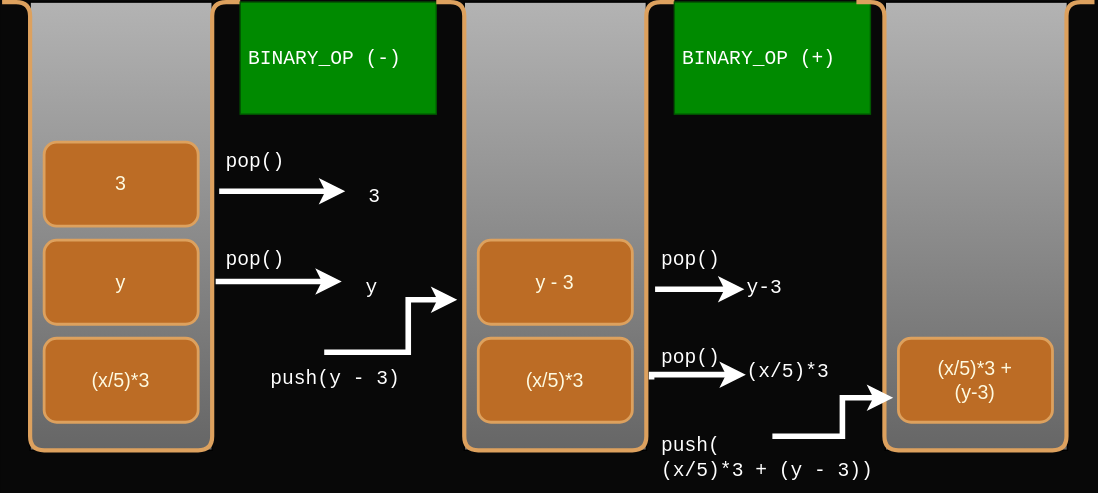
Above: 3-Stacks/images/stack6.svg in JAC-CS-Programming-4-W24/Notes (draw.io), before the change. Source tidied: cells renumbered, new cells last; positions are measured from the earlier drawing's top-left corner, leaving out a move shared by most shapes.
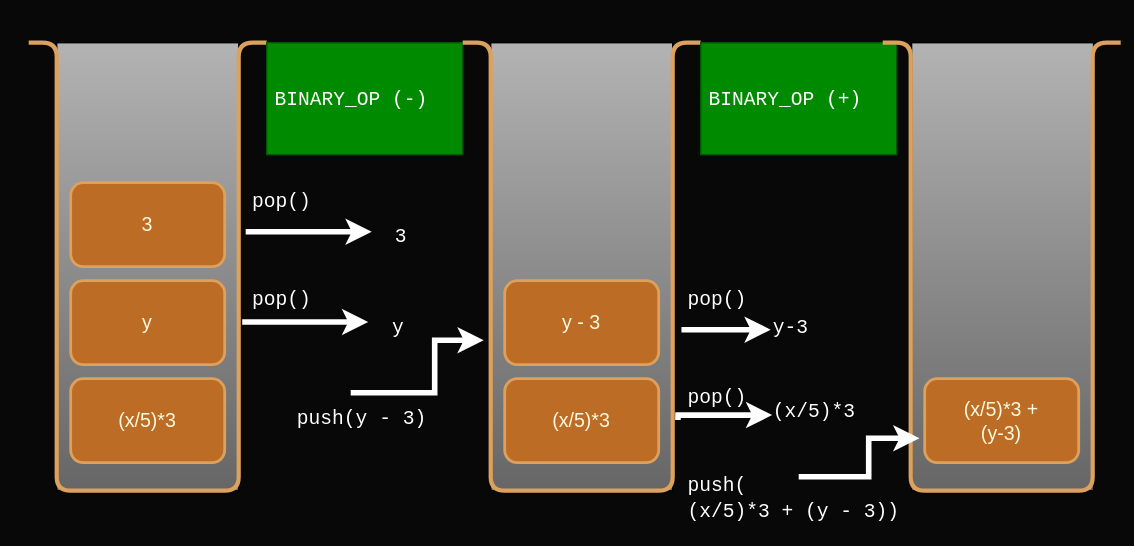
Later version of the same file.

Diff of the diagram source:
```diff
@@ -2,6 +2,9 @@
   <root>
     <mxCell id="0" />
     <mxCell id="1" parent="0" />
+    <mxCell id="38" style="rounded=0;whiteSpace=wrap;html=1;fillColor=none;strokeColor=none;" parent="1" vertex="1">
+      <mxGeometry x="-20" y="-30" width="810" height="390" as="geometry" />
+    </mxCell>
     <mxCell id="2" style="rounded=0;whiteSpace=wrap;html=1;hachureGap=4;fontFamily=Architects Daughter;fontSource=https%3A%2F%2Ffonts.googleapis.com%2Fcss%3Ffamily%3DArchitects%2BDaughter;fontSize=20;gradientColor=#666666;fillColor=#B3B3B3;" parent="1" vertex="1">
       <mxGeometry x="330" width="130" height="320" as="geometry" />
     </mxCell>
```
